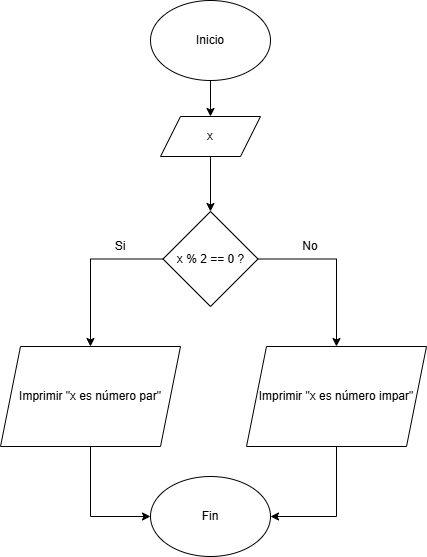
Before: chapter4/dfd/dfd4.5.1_2.png, a diagram exported from draw.io (UPclopezpAalgorithmsBook/solutions). Source tidied: cells renumbered, new cells last; positions are measured from the earlier drawing's top-left corner, leaving out a move shared by most shapes. Its diagram source:
```xml
<mxGraphModel>
  <root>
    <mxCell id="0" />
    <mxCell id="1" parent="0" />
    <mxCell id="2" style="edgeStyle=orthogonalEdgeStyle;rounded=0;jettySize=auto;html=1;exitX=0.5;exitY=1;exitDx=0;exitDy=0;" parent="1" edge="1" source="3" target="5">
      <mxGeometry relative="1" as="geometry" />
    </mxCell>
    <mxCell id="3" value="Inicio" style="ellipse;whiteSpace=wrap;html=1;" parent="1" vertex="1">
      <mxGeometry x="150" width="120" height="80" as="geometry" />
    </mxCell>
    <mxCell id="4" style="edgeStyle=orthogonalEdgeStyle;rounded=0;jettySize=auto;html=1;exitX=0.5;exitY=1;exitDx=0;exitDy=0;" parent="1" edge="1" source="5" target="8">
      <mxGeometry relative="1" as="geometry" />
    </mxCell>
    <mxCell id="5" value="x" style="shape=parallelogram;perimeter=parallelogramPerimeter;whiteSpace=wrap;html=1;fixedSize=1;" parent="1" vertex="1">
      <mxGeometry x="160" y="116" width="100" height="40" as="geometry" />
    </mxCell>
    <mxCell id="6" style="edgeStyle=orthogonalEdgeStyle;rounded=0;jettySize=auto;html=1;exitX=0;exitY=0.5;exitDx=0;exitDy=0;" parent="1" edge="1" source="8" target="10">
      <mxGeometry relative="1" as="geometry" />
    </mxCell>
    <mxCell id="7" style="edgeStyle=orthogonalEdgeStyle;rounded=0;jettySize=auto;html=1;exitX=1;exitY=0.5;exitDx=0;exitDy=0;" parent="1" edge="1" source="8" target="15">
      <mxGeometry relative="1" as="geometry" />
    </mxCell>
    <mxCell id="8" value="x % 2 == 0 ?" style="rhombus;whiteSpace=wrap;html=1;" parent="1" vertex="1">
      <mxGeometry x="162.5" y="211" width="95" height="95" as="geometry" />
    </mxCell>
    <mxCell id="9" style="edgeStyle=orthogonalEdgeStyle;rounded=0;jettySize=auto;html=1;exitX=0.5;exitY=1;exitDx=0;exitDy=0;entryX=0;entryY=0.5;entryDx=0;entryDy=0;" parent="1" edge="1" source="10" target="12">
      <mxGeometry relative="1" as="geometry" />
    </mxCell>
    <mxCell id="10" value="Imprimir &quot;x es número par&quot;" style="shape=parallelogram;perimeter=parallelogramPerimeter;whiteSpace=wrap;html=1;fixedSize=1;" parent="1" vertex="1">
      <mxGeometry y="346" width="180" height="100" as="geometry" />
    </mxCell>
    <mxCell id="11" value="Si" style="text;html=1;whiteSpace=wrap;strokeColor=none;fillColor=none;align=center;verticalAlign=middle;rounded=0;" parent="1" vertex="1">
      <mxGeometry x="90" y="236" width="60" height="20" as="geometry" />
    </mxCell>
    <mxCell id="12" value="Fin" style="ellipse;whiteSpace=wrap;html=1;" parent="1" vertex="1">
      <mxGeometry x="150" y="476" width="120" height="80" as="geometry" />
    </mxCell>
    <mxCell id="13" value="No" style="text;html=1;whiteSpace=wrap;strokeColor=none;fillColor=none;align=center;verticalAlign=middle;rounded=0;" parent="1" vertex="1">
      <mxGeometry x="280" y="236" width="60" height="20" as="geometry" />
    </mxCell>
    <mxCell id="14" style="edgeStyle=orthogonalEdgeStyle;rounded=0;jettySize=auto;html=1;exitX=0.5;exitY=1;exitDx=0;exitDy=0;entryX=1;entryY=0.5;entryDx=0;entryDy=0;" parent="1" edge="1" source="15" target="12">
      <mxGeometry relative="1" as="geometry" />
    </mxCell>
    <mxCell id="15" value="Imprimir &quot;x es número impar&quot;" style="shape=parallelogram;perimeter=parallelogramPerimeter;whiteSpace=wrap;html=1;fixedSize=1;" parent="1" vertex="1">
      <mxGeometry x="246" y="346" width="180" height="100" as="geometry" />
    </mxCell>
  </root>
</mxGraphModel>
```
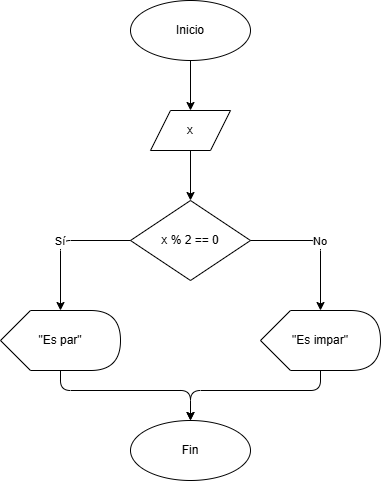
Above is the later version.

What changed in the source:
```diff
@@ -2,47 +2,77 @@
   <root>
     <mxCell id="0" />
     <mxCell id="1" parent="0" />
+    <mxCell id="16" parent="1" edge="1">
+      <mxGeometry relative="1" as="geometry">
+        <mxPoint x="120" y="170" as="targetPoint" />
+        <Array as="points">
+          <mxPoint x="60" y="280" />
+          <mxPoint x="60" y="170" />
+        </Array>
+      </mxGeometry>
+    </mxCell>
+    <mxCell id="17" style="endArrow=classic;html=1;exitX=0;exitY=0.5;exitDx=0;exitDy=0;entryX=0;entryY=0.5;entryDx=0;entryDy=0;" parent="1" edge="1" source="x">
+      <mxGeometry relative="1" as="geometry">
+        <mxPoint x="120" y="-10" as="targetPoint" />
+        <Array as="points">
+          <mxPoint x="60" y="230" />
+          <mxPoint x="60" y="-10" />
+        </Array>
+      </mxGeometry>
+    </mxCell>
+    <mxCell id="3" value="Inicio" style="ellipse;whiteSpace=wrap;html=1;" parent="1" vertex="1">
+      <mxGeometry x="120" y="-250" width="120" height="60" as="geometry" />
+    </mxCell>
+    <mxCell id="5" value="x" style="shape=parallelogram;perimeter=parallelogramPerimeter;whiteSpace=wrap;html=1;fixedSize=1;" parent="1" vertex="1">
+      <mxGeometry x="140" y="-140" width="80" height="40" as="geometry" />
+    </mxCell>
+    <mxCell id="18" value="x % 2 == 0" style="rhombus;whiteSpace=wrap;html=1;" parent="1" vertex="1">
+      <mxGeometry x="120" y="-50" width="120" height="80" as="geometry" />
+    </mxCell>
+    <mxCell id="19" value="&quot;Es par&quot;" style="shape=display;whiteSpace=wrap;html=1;" parent="1" vertex="1">
+      <mxGeometry x="-10" y="60" width="120" height="60" as="geometry" />
+    </mxCell>
+    <mxCell id="20" value="&quot;Es impar&quot;" style="shape=display;whiteSpace=wrap;html=1;" parent="1" vertex="1">
+      <mxGeometry x="250" y="60" width="120" height="60" as="geometry" />
+    </mxCell>
+    <mxCell id="12" value="Fin" style="ellipse;whiteSpace=wrap;html=1;" parent="1" vertex="1">
+      <mxGeometry x="120" y="170" width="120" height="60" as="geometry" />
+    </mxCell>
-    <mxCell id="2" style="edgeStyle=orthogonalEdgeStyle;rounded=0;jettySize=auto;html=1;exitX=0.5;exitY=1;exitDx=0;exitDy=0;" parent="1" edge="1" source="3" target="5">
+    <mxCell id="2" parent="1" edge="1" source="3" target="5">
       <mxGeometry relative="1" as="geometry" />
     </mxCell>
-    <mxCell id="3" value="Inicio" style="ellipse;whiteSpace=wrap;html=1;" parent="1" vertex="1">
-      <mxGeometry x="150" width="120" height="80" as="geometry" />
-    </mxCell>
-    <mxCell id="4" style="edgeStyle=orthogonalEdgeStyle;rounded=0;jettySize=auto;html=1;exitX=0.5;exitY=1;exitDx=0;exitDy=0;" parent="1" edge="1" source="5" target="8">
-      <mxGeometry relative="1" as="geometry" />
-    </mxCell>
-    <mxCell id="5" value="x" style="shape=parallelogram;perimeter=parallelogramPerimeter;whiteSpace=wrap;html=1;fixedSize=1;" parent="1" vertex="1">
-      <mxGeometry x="160" y="116" width="100" height="40" as="geometry" />
-    </mxCell>
-    <mxCell id="6" style="edgeStyle=orthogonalEdgeStyle;rounded=0;jettySize=auto;html=1;exitX=0;exitY=0.5;exitDx=0;exitDy=0;" parent="1" edge="1" source="8" target="10">
-      <mxGeometry relative="1" as="geometry" />
-    </mxCell>
-    <mxCell id="7" style="edgeStyle=orthogonalEdgeStyle;rounded=0;jettySize=auto;html=1;exitX=1;exitY=0.5;exitDx=0;exitDy=0;" parent="1" edge="1" source="8" target="15">
-      <mxGeometry relative="1" as="geometry" />
-    </mxCell>
-    <mxCell id="8" value="x % 2 == 0 ?" style="rhombus;whiteSpace=wrap;html=1;" parent="1" vertex="1">
-      <mxGeometry x="162.5" y="211" width="95" height="95" as="geometry" />
-    </mxCell>
-    <mxCell id="9" style="edgeStyle=orthogonalEdgeStyle;rounded=0;jettySize=auto;html=1;exitX=0.5;exitY=1;exitDx=0;exitDy=0;entryX=0;entryY=0.5;entryDx=0;entryDy=0;" parent="1" edge="1" source="10" target="12">
-      <mxGeometry relative="1" as="geometry" />
-    </mxCell>
-    <mxCell id="10" value="Imprimir &quot;x es número par&quot;" style="shape=parallelogram;perimeter=parallelogramPerimeter;whiteSpace=wrap;html=1;fixedSize=1;" parent="1" vertex="1">
-      <mxGeometry y="346" width="180" height="100" as="geometry" />
-    </mxCell>
-    <mxCell id="11" value="Si" style="text;html=1;whiteSpace=wrap;strokeColor=none;fillColor=none;align=center;verticalAlign=middle;rounded=0;" parent="1" vertex="1">
-      <mxGeometry x="90" y="236" width="60" height="20" as="geometry" />
-    </mxCell>
-    <mxCell id="12" value="Fin" style="ellipse;whiteSpace=wrap;html=1;" parent="1" vertex="1">
-      <mxGeometry x="150" y="476" width="120" height="80" as="geometry" />
-    </mxCell>
+    <mxCell id="21" parent="1" edge="1" source="5" target="18">
+      <mxGeometry relative="1" as="geometry" />
+    </mxCell>
+    <mxCell id="22" value="Sí" parent="1" edge="1" source="18" target="19">
+      <mxGeometry relative="1" as="geometry">
+        <Array as="points">
+          <mxPoint x="50" y="-10" />
+        </Array>
+      </mxGeometry>
+    </mxCell>
-    <mxCell id="13" value="No" style="text;html=1;whiteSpace=wrap;strokeColor=none;fillColor=none;align=center;verticalAlign=middle;rounded=0;" parent="1" vertex="1">
-      <mxGeometry x="280" y="236" width="60" height="20" as="geometry" />
+    <mxCell id="13" value="No" parent="1" edge="1" source="18" target="20">
+      <mxGeometry relative="1" as="geometry">
+        <Array as="points">
+          <mxPoint x="310" y="-10" />
+        </Array>
+      </mxGeometry>
     </mxCell>
-    <mxCell id="14" style="edgeStyle=orthogonalEdgeStyle;rounded=0;jettySize=auto;html=1;exitX=0.5;exitY=1;exitDx=0;exitDy=0;entryX=1;entryY=0.5;entryDx=0;entryDy=0;" parent="1" edge="1" source="15" target="12">
-      <mxGeometry relative="1" as="geometry" />
-    </mxCell>
-    <mxCell id="15" value="Imprimir &quot;x es número impar&quot;" style="shape=parallelogram;perimeter=parallelogramPerimeter;whiteSpace=wrap;html=1;fixedSize=1;" parent="1" vertex="1">
-      <mxGeometry x="246" y="346" width="180" height="100" as="geometry" />
-    </mxCell>
+    <mxCell id="23" parent="1" edge="1" source="19" target="12">
+      <mxGeometry relative="1" as="geometry">
+        <Array as="points">
+          <mxPoint x="50" y="140" />
+          <mxPoint x="180" y="140" />
+        </Array>
+      </mxGeometry>
+    </mxCell>
+    <mxCell id="24" parent="1" edge="1" source="20" target="12">
+      <mxGeometry relative="1" as="geometry">
+        <Array as="points">
+          <mxPoint x="310" y="140" />
+          <mxPoint x="180" y="140" />
+        </Array>
+      </mxGeometry>
+    </mxCell>
   </root>
 </mxGraphModel>
```
